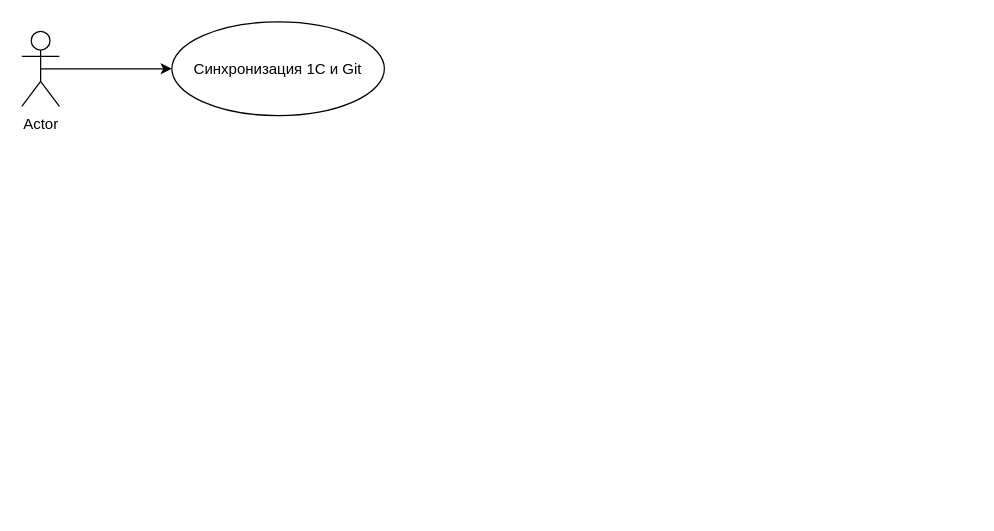
soplevenko/git-gui-for-1c keeps this draw.io diagram as process_description.drawio. Above is the earlier version. Source tidied: cells renumbered, new cells numbered last; positions are measured from the earlier drawing's top-left corner, leaving out a move shared by most shapes. Both pictures are drawn from the tidied source at 125%, with x=0, y=0 at pixel (21, 21).
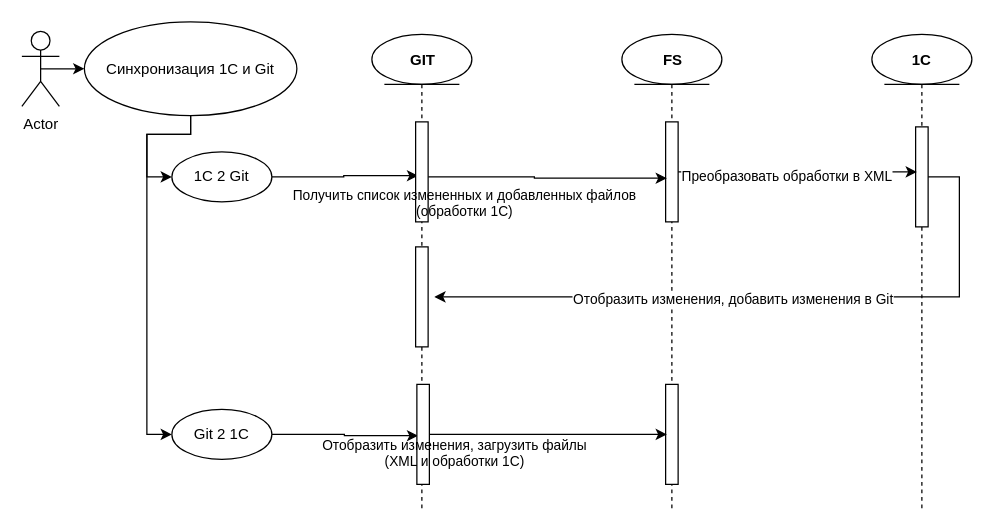
Above is the later version.

Commit message:
Process described at 1st iteration

The edit, as a diff of the source:
```diff
@@
+    <mxCell id="5" style="edgeStyle=orthogonalEdgeStyle;rounded=0;jettySize=auto;html=1;entryX=0;entryY=0.5;entryDx=0;entryDy=0;" parent="1" edge="1" source="4" target="16">
+      <mxGeometry relative="1" as="geometry">
+        <Array as="points">
+          <mxPoint x="135" y="90" />
+          <mxPoint x="100" y="90" />
+          <mxPoint x="100" y="124" />
+        </Array>
+      </mxGeometry>
+    </mxCell>
+    <mxCell id="6" style="edgeStyle=orthogonalEdgeStyle;rounded=0;jettySize=auto;html=1;entryX=0;entryY=0.5;entryDx=0;entryDy=0;" parent="1" edge="1" source="4" target="18">
+      <mxGeometry relative="1" as="geometry">
+        <Array as="points">
+          <mxPoint x="135" y="90" />
+          <mxPoint x="100" y="90" />
+          <mxPoint x="100" y="330" />
+        </Array>
+      </mxGeometry>
+    </mxCell>
     <mxCell id="4" value="&lt;div&gt;Синхронизация 1С и Git&lt;/div&gt;" style="ellipse;whiteSpace=wrap;html=1;" parent="1" vertex="1">
-      <mxGeometry x="120" width="170" height="75" as="geometry" />
+      <mxGeometry x="50" width="170" height="75" as="geometry" />
     </mxCell>
+    <mxCell id="7" style="group;" parent="1" vertex="1">
+      <mxGeometry x="680" y="10" width="80" height="380" as="geometry" />
+    </mxCell>
+    <mxCell id="8" style="shape=umlLifeline;participant=umlEntity;perimeter=lifelinePerimeter;whiteSpace=wrap;html=1;verticalAlign=top;spacingTop=36;" parent="7" vertex="1">
+      <mxGeometry width="80" height="380" as="geometry" />
+    </mxCell>
+    <mxCell id="9" value="1С" style="text;align=center;fontStyle=1;verticalAlign=middle;spacingLeft=3;spacingRight=3;strokeColor=none;" parent="8" vertex="1">
+      <mxGeometry x="27" y="7" width="26" height="26" as="geometry" />
+    </mxCell>
+    <mxCell id="10" style="html=1;points=[];perimeter=orthogonalPerimeter;fontSize=11;" parent="8" vertex="1">
+      <mxGeometry x="35" y="74" width="10" height="80" as="geometry" />
+    </mxCell>
+    <mxCell id="11" style="group;" parent="1" vertex="1">
+      <mxGeometry x="480" y="10" width="80" height="380" as="geometry" />
+    </mxCell>
+    <mxCell id="12" style="shape=umlLifeline;participant=umlEntity;perimeter=lifelinePerimeter;whiteSpace=wrap;html=1;verticalAlign=top;spacingTop=36;" parent="11" vertex="1">
+      <mxGeometry width="80" height="380" as="geometry" />
+    </mxCell>
+    <mxCell id="13" value="FS" style="text;align=center;fontStyle=1;verticalAlign=middle;spacingLeft=3;spacingRight=3;strokeColor=none;" parent="12" vertex="1">
+      <mxGeometry x="28" y="7" width="26" height="26" as="geometry" />
+    </mxCell>
+    <mxCell id="14" style="html=1;points=[];perimeter=orthogonalPerimeter;" parent="12" vertex="1">
+      <mxGeometry x="35" y="70" width="10" height="80" as="geometry" />
+    </mxCell>
+    <mxCell id="15" style="edgeStyle=orthogonalEdgeStyle;rounded=0;jettySize=auto;html=1;entryX=0.2;entryY=0.538;entryDx=0;entryDy=0;entryPerimeter=0;" parent="1" edge="1" source="16" target="27">
+      <mxGeometry relative="1" as="geometry" />
+    </mxCell>
+    <mxCell id="16" value="&lt;div&gt;1С 2 Git&lt;/div&gt;" style="ellipse;whiteSpace=wrap;html=1;" parent="1" vertex="1">
+      <mxGeometry x="120" y="104" width="80" height="40" as="geometry" />
+    </mxCell>
+    <mxCell id="17" style="edgeStyle=orthogonalEdgeStyle;rounded=0;jettySize=auto;html=1;entryX=0.1;entryY=0.513;entryDx=0;entryDy=0;entryPerimeter=0;fontSize=11;" parent="1" edge="1" source="18" target="29">
+      <mxGeometry relative="1" as="geometry" />
+    </mxCell>
+    <mxCell id="18" value="&lt;div&gt;Git 2 1С&lt;/div&gt;" style="ellipse;whiteSpace=wrap;html=1;" parent="1" vertex="1">
+      <mxGeometry x="120" y="310" width="80" height="40" as="geometry" />
+    </mxCell>
+    <mxCell id="19" style="edgeStyle=orthogonalEdgeStyle;rounded=0;jettySize=auto;html=1;entryX=0.1;entryY=0.563;entryDx=0;entryDy=0;entryPerimeter=0;" parent="1" edge="1" target="14">
+      <mxGeometry relative="1" as="geometry">
+        <mxPoint x="325" y="124" as="sourcePoint" />
+        <Array as="points">
+          <mxPoint x="410" y="124" />
+          <mxPoint x="410" y="125" />
+        </Array>
+      </mxGeometry>
+    </mxCell>
+    <mxCell id="20" style="edgeStyle=orthogonalEdgeStyle;rounded=0;jettySize=auto;html=1;fontSize=11;entryX=0.1;entryY=0.45;entryDx=0;entryDy=0;entryPerimeter=0;" parent="1" edge="1" source="14" target="10">
+      <mxGeometry relative="1" as="geometry" />
+    </mxCell>
+    <mxCell id="21" value="Преобразовать обработки в XML" style="edgeLabel;html=1;align=center;verticalAlign=middle;fontSize=11;" parent="20" vertex="1">
+      <mxGeometry x="-0.1" y="-3" relative="1" as="geometry" />
+    </mxCell>
+    <mxCell id="22" style="edgeStyle=orthogonalEdgeStyle;rounded=0;jettySize=auto;html=1;entryX=1.5;entryY=0.5;entryDx=0;entryDy=0;entryPerimeter=0;fontSize=11;" parent="1" edge="1" source="10" target="28">
+      <mxGeometry relative="1" as="geometry">
+        <Array as="points">
+          <mxPoint x="750" y="124" />
+          <mxPoint x="750" y="220" />
+        </Array>
+      </mxGeometry>
+    </mxCell>
+    <mxCell id="23" value="&lt;div&gt;Отобразить изменения, добавить изменения в Git&lt;/div&gt;" style="edgeLabel;html=1;align=center;verticalAlign=middle;fontSize=11;" parent="22" vertex="1">
+      <mxGeometry x="-0.04" y="1" relative="1" as="geometry">
+        <mxPoint x="-43" as="offset" />
+      </mxGeometry>
+    </mxCell>
+    <mxCell id="24" style="group;" parent="1" vertex="1">
+      <mxGeometry x="280" y="10" width="259" height="380" as="geometry" />
+    </mxCell>
+    <mxCell id="25" style="shape=umlLifeline;participant=umlEntity;perimeter=lifelinePerimeter;whiteSpace=wrap;html=1;verticalAlign=top;spacingTop=36;" parent="24" vertex="1">
+      <mxGeometry width="80" height="380" as="geometry" />
+    </mxCell>
+    <mxCell id="26" value="GIT" style="text;align=center;fontStyle=1;verticalAlign=middle;spacingLeft=3;spacingRight=3;strokeColor=none;" parent="25" vertex="1">
+      <mxGeometry x="28" y="7" width="26" height="26" as="geometry" />
+    </mxCell>
+    <mxCell id="27" style="html=1;points=[];perimeter=orthogonalPerimeter;" parent="25" vertex="1">
+      <mxGeometry x="35" y="70" width="10" height="80" as="geometry" />
+    </mxCell>
+    <mxCell id="28" style="html=1;points=[];perimeter=orthogonalPerimeter;fontSize=11;" parent="25" vertex="1">
+      <mxGeometry x="35" y="170" width="10" height="80" as="geometry" />
+    </mxCell>
+    <mxCell id="29" style="html=1;points=[];perimeter=orthogonalPerimeter;fontSize=11;" parent="25" vertex="1">
+      <mxGeometry x="36" y="280" width="10" height="80" as="geometry" />
+    </mxCell>
+    <mxCell id="30" value="Получить список измененных и добавленных файлов&#10;(обработки 1С)" style="text;align=center;fontStyle=0;verticalAlign=middle;spacingLeft=3;spacingRight=3;strokeColor=none;fontSize=11;" parent="24" vertex="1">
+      <mxGeometry x="-110" y="120" width="369" height="30" as="geometry" />
+    </mxCell>
+    <mxCell id="31" style="html=1;points=[];perimeter=orthogonalPerimeter;fontSize=11;" parent="24" vertex="1">
+      <mxGeometry x="235" y="280" width="10" height="80" as="geometry" />
+    </mxCell>
+    <mxCell id="32" style="edgeStyle=orthogonalEdgeStyle;rounded=0;jettySize=auto;html=1;entryX=0.1;entryY=0.5;entryDx=0;entryDy=0;entryPerimeter=0;fontSize=11;" parent="24" edge="1" source="29" target="31">
+      <mxGeometry relative="1" as="geometry" />
+    </mxCell>
+    <mxCell id="33" value="Отобразить изменения, загрузить файлы&#10;(XML и обработки 1С)" style="text;align=center;fontStyle=0;verticalAlign=middle;spacingLeft=3;spacingRight=3;strokeColor=none;fontSize=11;" parent="24" vertex="1">
+      <mxGeometry x="-42.2" y="320" width="217.5" height="30" as="geometry" />
+    </mxCell>
```
